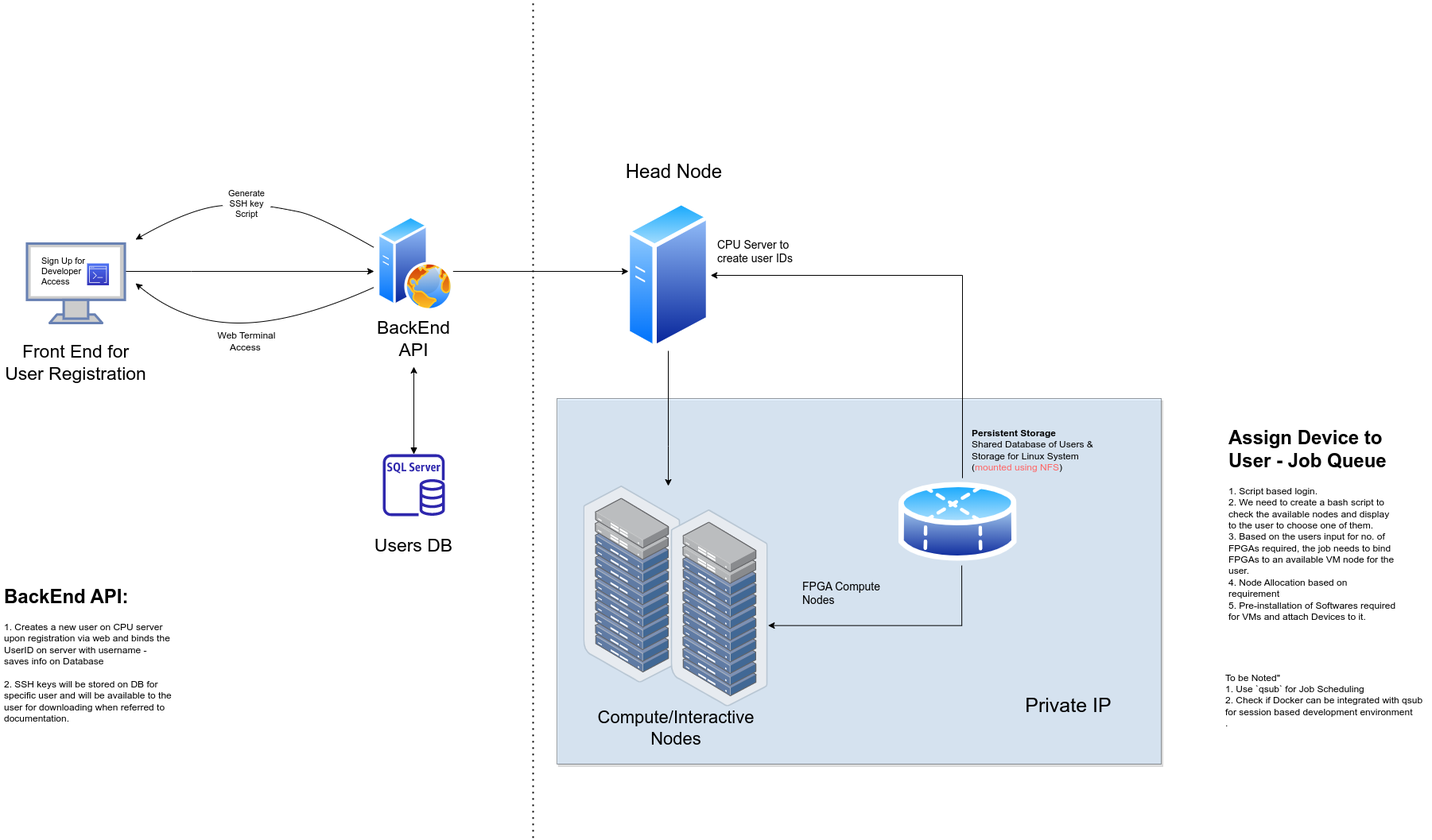
Above: Intel DevCloud Flow.drawio.png in belanasaikiran/FlowCharts (draw.io), before the change. Source tidied: cells renumbered, new cells last; positions are measured from the earlier drawing's top-left corner, leaving out a move shared by most shapes.
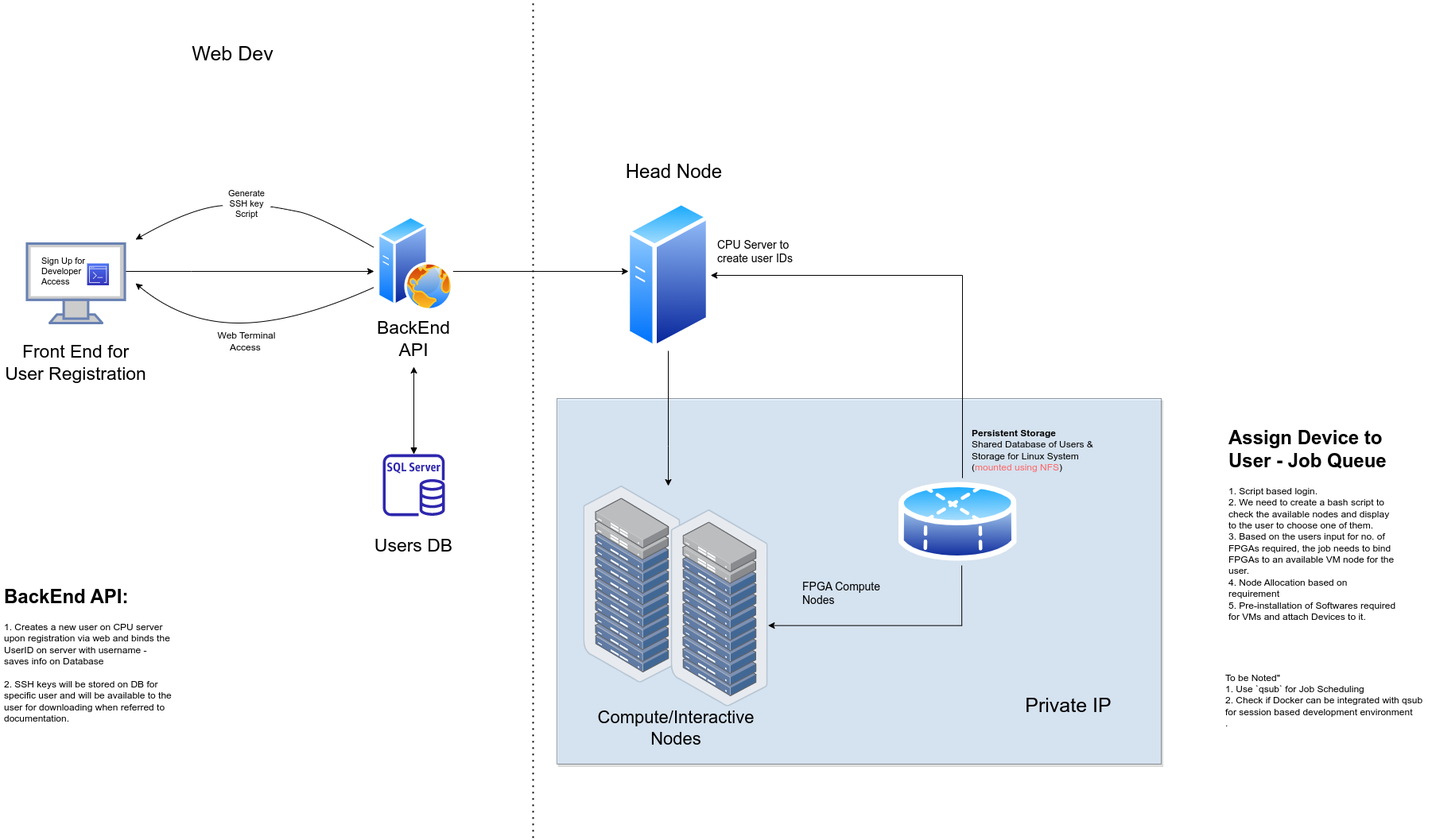
Later version of the same file.

The edit, as a diff of the source:
```diff
@@ -166,5 +166,8 @@
         </Array>
       </mxGeometry>
     </mxCell>
+    <mxCell id="41" value="Web Dev" style="text;html=1;strokeColor=none;fillColor=none;align=center;verticalAlign=middle;whiteSpace=wrap;rounded=0;fontSize=25;" parent="1" vertex="1">
+      <mxGeometry x="205" y="50" width="175" height="30" as="geometry" />
+    </mxCell>
   </root>
 </mxGraphModel>
```
